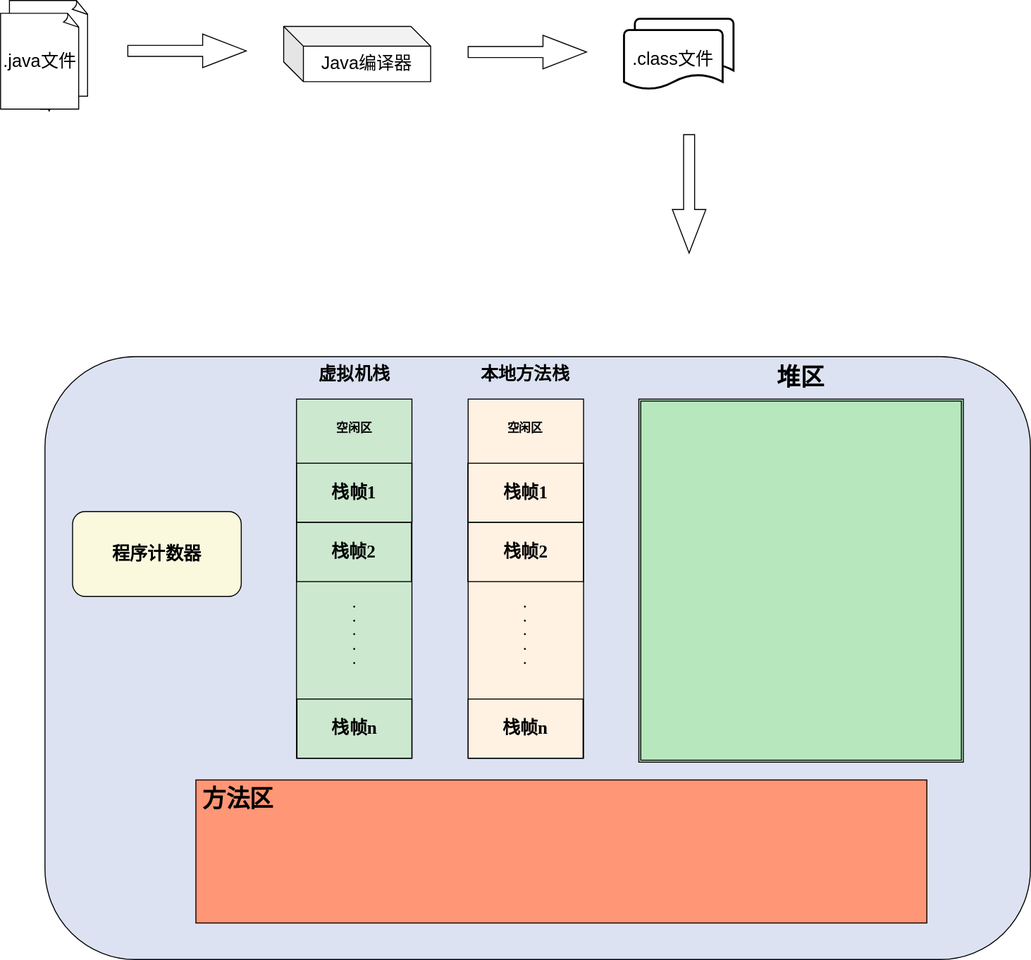
Above: jvm/jvm.drawio.svg in Likeheart7/draw (draw.io), before the change. Source tidied: cells renumbered, new cells last; positions are measured from the earlier drawing's top-left corner, leaving out a move shared by most shapes.
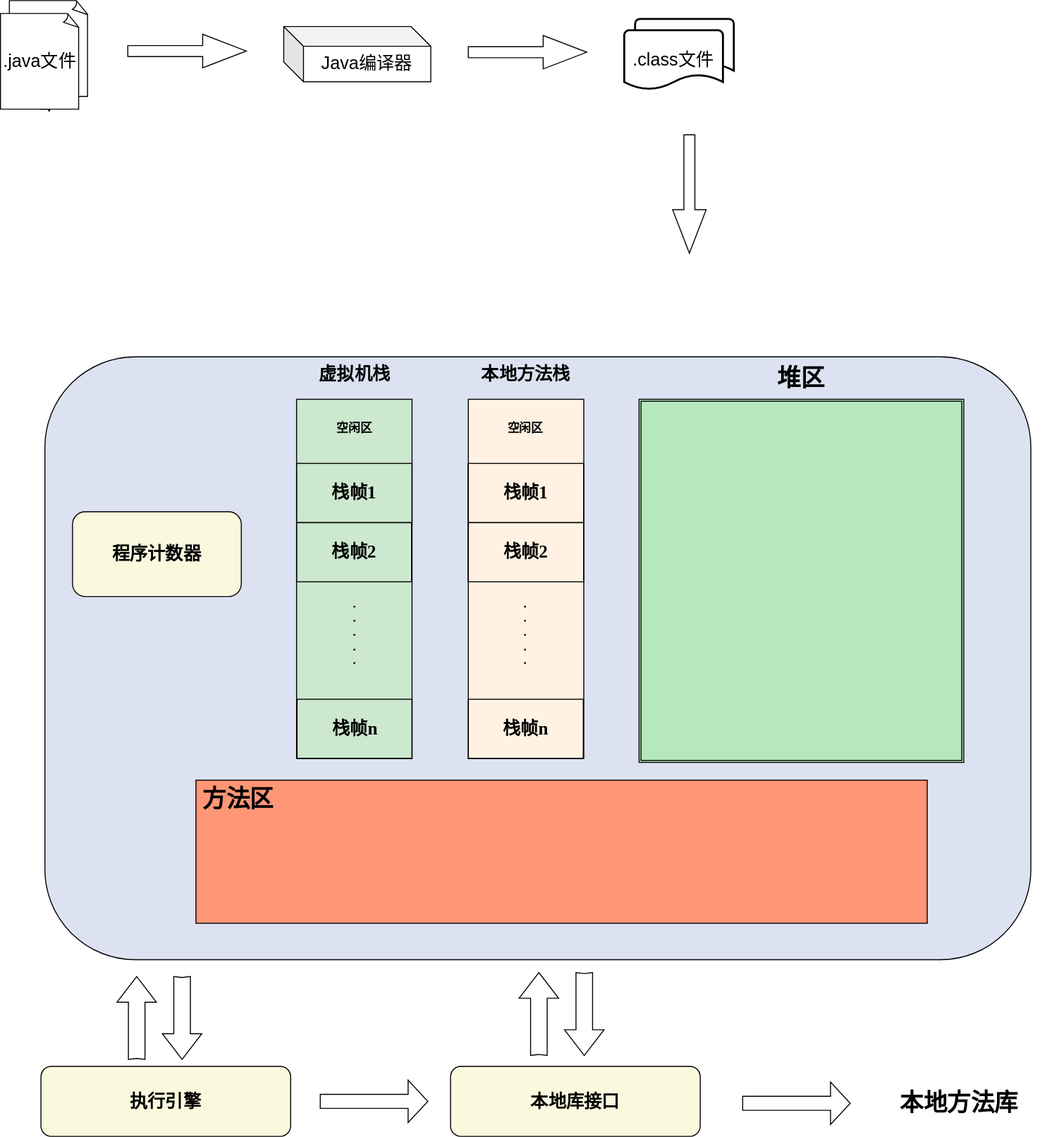
Later version of the same file.

Change to the diagram source:
```diff
@@ -91,5 +91,32 @@
     <mxCell id="30" value="空闲区" style="text;html=1;align=center;verticalAlign=middle;whiteSpace=wrap;rounded=0;fontFamily=msyh.ttc;fontSize=12;fontColor=default;fontStyle=1;" parent="1" vertex="1">
       <mxGeometry x="502.2" y="419" width="60" height="30" as="geometry" />
     </mxCell>
+    <mxCell id="31" value="&lt;font style=&quot;font-size: 18px;&quot;&gt;执行引擎&lt;/font&gt;" style="rounded=1;whiteSpace=wrap;html=1;fillColor=#FAF9DE;fontStyle=1;fontFamily=msyh.ttc;" parent="1" vertex="1">
+      <mxGeometry x="41" y="1080" width="253" height="71" as="geometry" />
+    </mxCell>
+    <mxCell id="32" value="&lt;font style=&quot;font-size: 18px;&quot;&gt;本地库接口&lt;/font&gt;" style="rounded=1;whiteSpace=wrap;html=1;fillColor=#FAF9DE;fontStyle=1;fontFamily=msyh.ttc;" parent="1" vertex="1">
+      <mxGeometry x="456" y="1080" width="253" height="71" as="geometry" />
+    </mxCell>
+    <mxCell id="33" value="&lt;font style=&quot;font-size: 24px;&quot;&gt;本地方法库&lt;/font&gt;" style="text;html=1;align=center;verticalAlign=middle;whiteSpace=wrap;rounded=0;fontFamily=msyh.ttc;fontSize=12;fontColor=default;fontStyle=1;" parent="1" vertex="1">
+      <mxGeometry x="871" y="1091" width="201" height="53" as="geometry" />
+    </mxCell>
+    <mxCell id="34" style="html=1;shadow=0;dashed=0;align=center;verticalAlign=middle;shape=mxgraph.arrows2.arrow;dy=0.67;dx=20;notch=0;rounded=0;fontFamily=msyh.ttc;fontSize=12;fontColor=default;fontStyle=1;fillColor=none;gradientColor=none;" parent="1" vertex="1">
+      <mxGeometry x="324" y="1094" width="109" height="43" as="geometry" />
+    </mxCell>
+    <mxCell id="35" style="html=1;shadow=0;dashed=0;align=center;verticalAlign=middle;shape=mxgraph.arrows2.arrow;dy=0.67;dx=20;notch=0;rounded=0;fontFamily=msyh.ttc;fontSize=12;fontColor=default;fontStyle=1;fillColor=none;gradientColor=none;" parent="1" vertex="1">
+      <mxGeometry x="752" y="1096" width="109" height="43" as="geometry" />
+    </mxCell>
+    <mxCell id="36" style="html=1;shadow=0;dashed=0;align=center;verticalAlign=middle;shape=mxgraph.arrows2.arrow;dy=0.58;dx=26;direction=north;notch=1;rounded=0;fontFamily=msyh.ttc;fontSize=12;fontColor=default;fontStyle=1;fillColor=none;gradientColor=none;" parent="1" vertex="1">
+      <mxGeometry x="118" y="989" width="40" height="84" as="geometry" />
+    </mxCell>
+    <mxCell id="37" style="html=1;shadow=0;dashed=0;align=center;verticalAlign=middle;shape=mxgraph.arrows2.arrow;dy=0.58;dx=26;direction=north;notch=1;rounded=0;fontFamily=msyh.ttc;fontSize=12;fontColor=default;fontStyle=1;fillColor=none;gradientColor=none;rotation=-180;" parent="1" vertex="1">
+      <mxGeometry x="164" y="989" width="40" height="84" as="geometry" />
+    </mxCell>
+    <mxCell id="38" style="html=1;shadow=0;dashed=0;align=center;verticalAlign=middle;shape=mxgraph.arrows2.arrow;dy=0.58;dx=26;direction=north;notch=1;rounded=0;fontFamily=msyh.ttc;fontSize=12;fontColor=default;fontStyle=1;fillColor=none;gradientColor=none;" parent="1" vertex="1">
+      <mxGeometry x="525.5" y="985" width="40" height="84" as="geometry" />
+    </mxCell>
+    <mxCell id="39" style="html=1;shadow=0;dashed=0;align=center;verticalAlign=middle;shape=mxgraph.arrows2.arrow;dy=0.58;dx=26;direction=north;notch=1;rounded=0;fontFamily=msyh.ttc;fontSize=12;fontColor=default;fontStyle=1;fillColor=none;gradientColor=none;rotation=-180;" parent="1" vertex="1">
+      <mxGeometry x="571.5" y="985" width="40" height="84" as="geometry" />
+    </mxCell>
   </root>
 </mxGraphModel>
```
